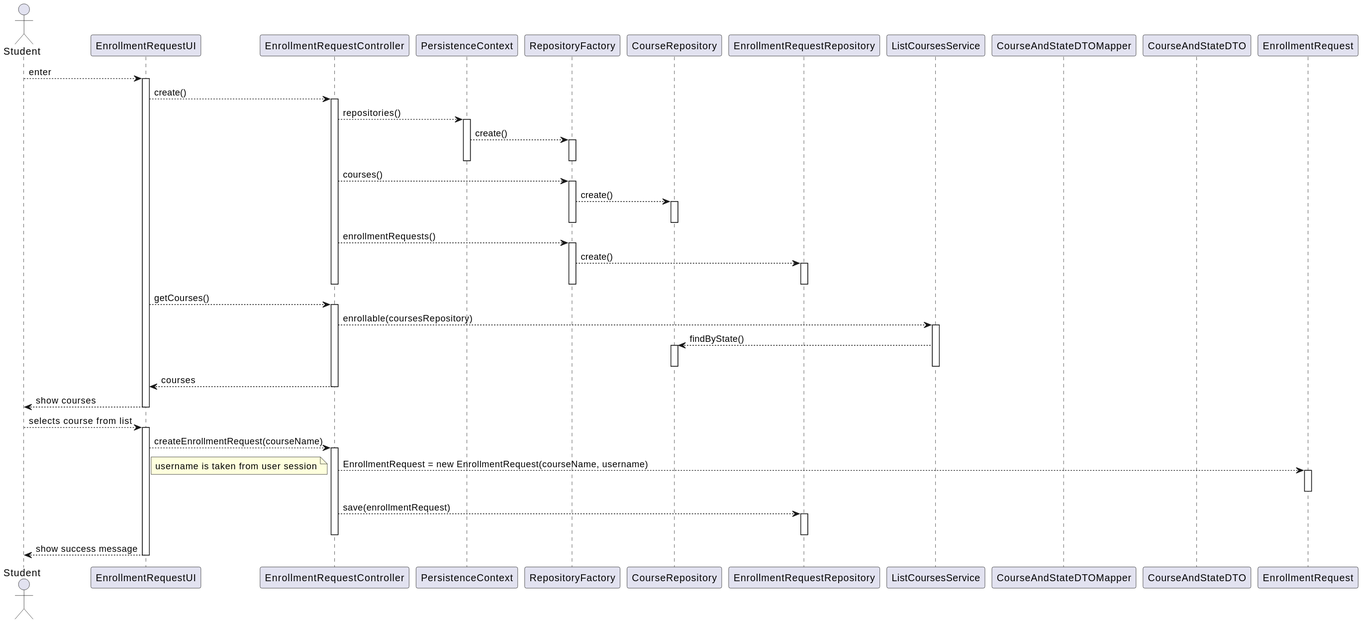
Before: docs/us_1008/sd.svg, a diagram exported from PlantUML (jovami/isep-lapr4). Its diagram source:
```plantuml
@startuml
actor Student as user
participant EnrollmentRequestUI as ui
participant EnrollmentRequestController as ctrl

participant PersistenceContext as ctx
participant RepositoryFactory as rep_fac
participant CourseRepository as course_repo
participant EnrollmentRequestRepository as enrollment_request_repo

participant ListCoursesService as courses_svc

participant CourseAndStateDTOMapper as mapper
participant CourseAndStateDTO as dto

participant EnrollmentRequest as enrollment_request

user --> ui: enter

activate ui
    ui --> ctrl: create()
    activate ctrl
        ctrl --> ctx: repositories()
        activate ctx
            ctx --> rep_fac: create()
            activate rep_fac
            deactivate rep_fac
        deactivate ctx

        ctrl --> rep_fac: courses()
        activate rep_fac
            rep_fac --> course_repo: create()
            activate course_repo
            deactivate course_repo
        deactivate rep_fac
        ctrl --> rep_fac : enrollmentRequests()
        activate rep_fac
            rep_fac --> enrollment_request_repo: create()
            activate enrollment_request_repo
            deactivate enrollment_request_repo
        deactivate rep_fac
    deactivate ctrl

    ui --> ctrl: getCourses()
    activate ctrl
        ctrl --> courses_svc: enrollable(coursesRepository)
        activate courses_svc
            courses_svc --> course_repo: findByState()
            activate course_repo
            deactivate course_repo
        deactivate courses_svc

        ctrl --> ui: courses
    deactivate ctrl



    ui --> user: show courses
deactivate ui

user --> ui: selects course from list
activate ui
    ui --> ctrl: createEnrollmentRequest(courseName)
    activate ctrl
        ctrl ---> enrollment_request: EnrollmentRequest = new EnrollmentRequest(courseName, username)
        note bottom: username is taken from user session
        activate enrollment_request
        deactivate enrollment_request

        ctrl --> enrollment_request_repo: save(enrollmentRequest)
        activate enrollment_request_repo
        deactivate enrollment_request_repo
    deactivate ctrl

    ui --> user: show success message
deactivate ui
@enduml
```
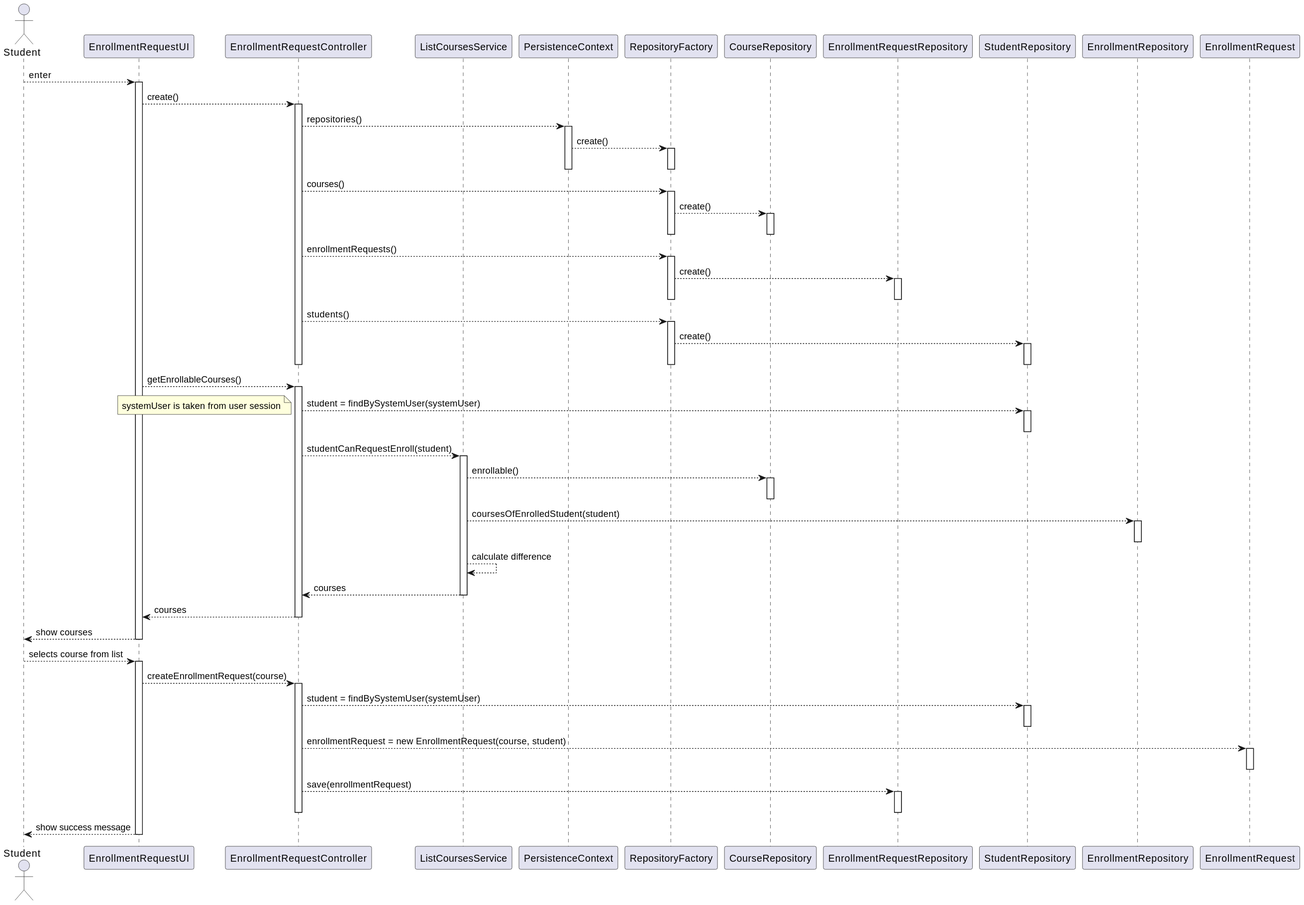
Later version of the same file.

Commit message:
fix(request_enrollment): wrong courses are being shown (fixes #59)

Change to the diagram source:
```diff
@@ -3,15 +3,14 @@
 participant EnrollmentRequestUI as ui
 participant EnrollmentRequestController as ctrl
 
+participant ListCoursesService as courses_svc
+
 participant PersistenceContext as ctx
 participant RepositoryFactory as rep_fac
 participant CourseRepository as course_repo
 participant EnrollmentRequestRepository as enrollment_request_repo
-
-participant ListCoursesService as courses_svc
-
-participant CourseAndStateDTOMapper as mapper
-participant CourseAndStateDTO as dto
+participant StudentRepository as student_repo
+participant EnrollmentRepository as enrollment_repo
 
 participant EnrollmentRequest as enrollment_request
 
@@ -20,58 +19,79 @@
 activate ui
     ui --> ctrl: create()
     activate ctrl
-        ctrl --> ctx: repositories()
+        ctrl --> ctx : repositories()
         activate ctx
-            ctx --> rep_fac: create()
+            ctx --> rep_fac : create()
             activate rep_fac
             deactivate rep_fac
         deactivate ctx
 
-        ctrl --> rep_fac: courses()
+        ctrl --> rep_fac : courses()
         activate rep_fac
-            rep_fac --> course_repo: create()
+            rep_fac --> course_repo : create()
             activate course_repo
             deactivate course_repo
         deactivate rep_fac
+
         ctrl --> rep_fac : enrollmentRequests()
         activate rep_fac
-            rep_fac --> enrollment_request_repo: create()
+            rep_fac --> enrollment_request_repo : create()
             activate enrollment_request_repo
             deactivate enrollment_request_repo
         deactivate rep_fac
+
+        ctrl --> rep_fac : students()
+        activate rep_fac
+            rep_fac --> student_repo : create()
+            activate student_repo
+            deactivate student_repo
+        deactivate rep_fac
     deactivate ctrl
 
-    ui --> ctrl: getCourses()
+    ui --> ctrl : getEnrollableCourses()
     activate ctrl
-        ctrl --> courses_svc: enrollable(coursesRepository)
+        ctrl --> student_repo : student = findBySystemUser(systemUser)
+        activate student_repo
+        deactivate student_repo
+        note bottom: systemUser is taken from user session
+
+        ctrl --> courses_svc : studentCanRequestEnroll(student)
         activate courses_svc
-            courses_svc --> course_repo: findByState()
+            courses_svc --> course_repo : enrollable()
             activate course_repo
             deactivate course_repo
+
+            courses_svc --> enrollment_repo : coursesOfEnrolledStudent(student)
+            activate enrollment_repo
+            deactivate enrollment_repo
+
+            courses_svc --> courses_svc : calculate difference
+            courses_svc --> ctrl : courses
         deactivate courses_svc
 
-        ctrl --> ui: courses
+        ctrl --> ui : courses
     deactivate ctrl
 
-
-
-    ui --> user: show courses
+    ui --> user : show courses
 deactivate ui
 
 user --> ui: selects course from list
 activate ui
-    ui --> ctrl: createEnrollmentRequest(courseName)
+    ui --> ctrl : createEnrollmentRequest(course)
     activate ctrl
-        ctrl ---> enrollment_request: EnrollmentRequest = new EnrollmentRequest(courseName, username)
-        note bottom: username is taken from user session
+        ctrl --> student_repo : student = findBySystemUser(systemUser)
+        activate student_repo
+        deactivate student_repo
+
+        ctrl ---> enrollment_request : enrollmentRequest = new EnrollmentRequest(course, student)
         activate enrollment_request
         deactivate enrollment_request
 
-        ctrl --> enrollment_request_repo: save(enrollmentRequest)
+        ctrl --> enrollment_request_repo : save(enrollmentRequest)
         activate enrollment_request_repo
         deactivate enrollment_request_repo
     deactivate ctrl
 
-    ui --> user: show success message
+    ui --> user : show success message
 deactivate ui
 @enduml
```
